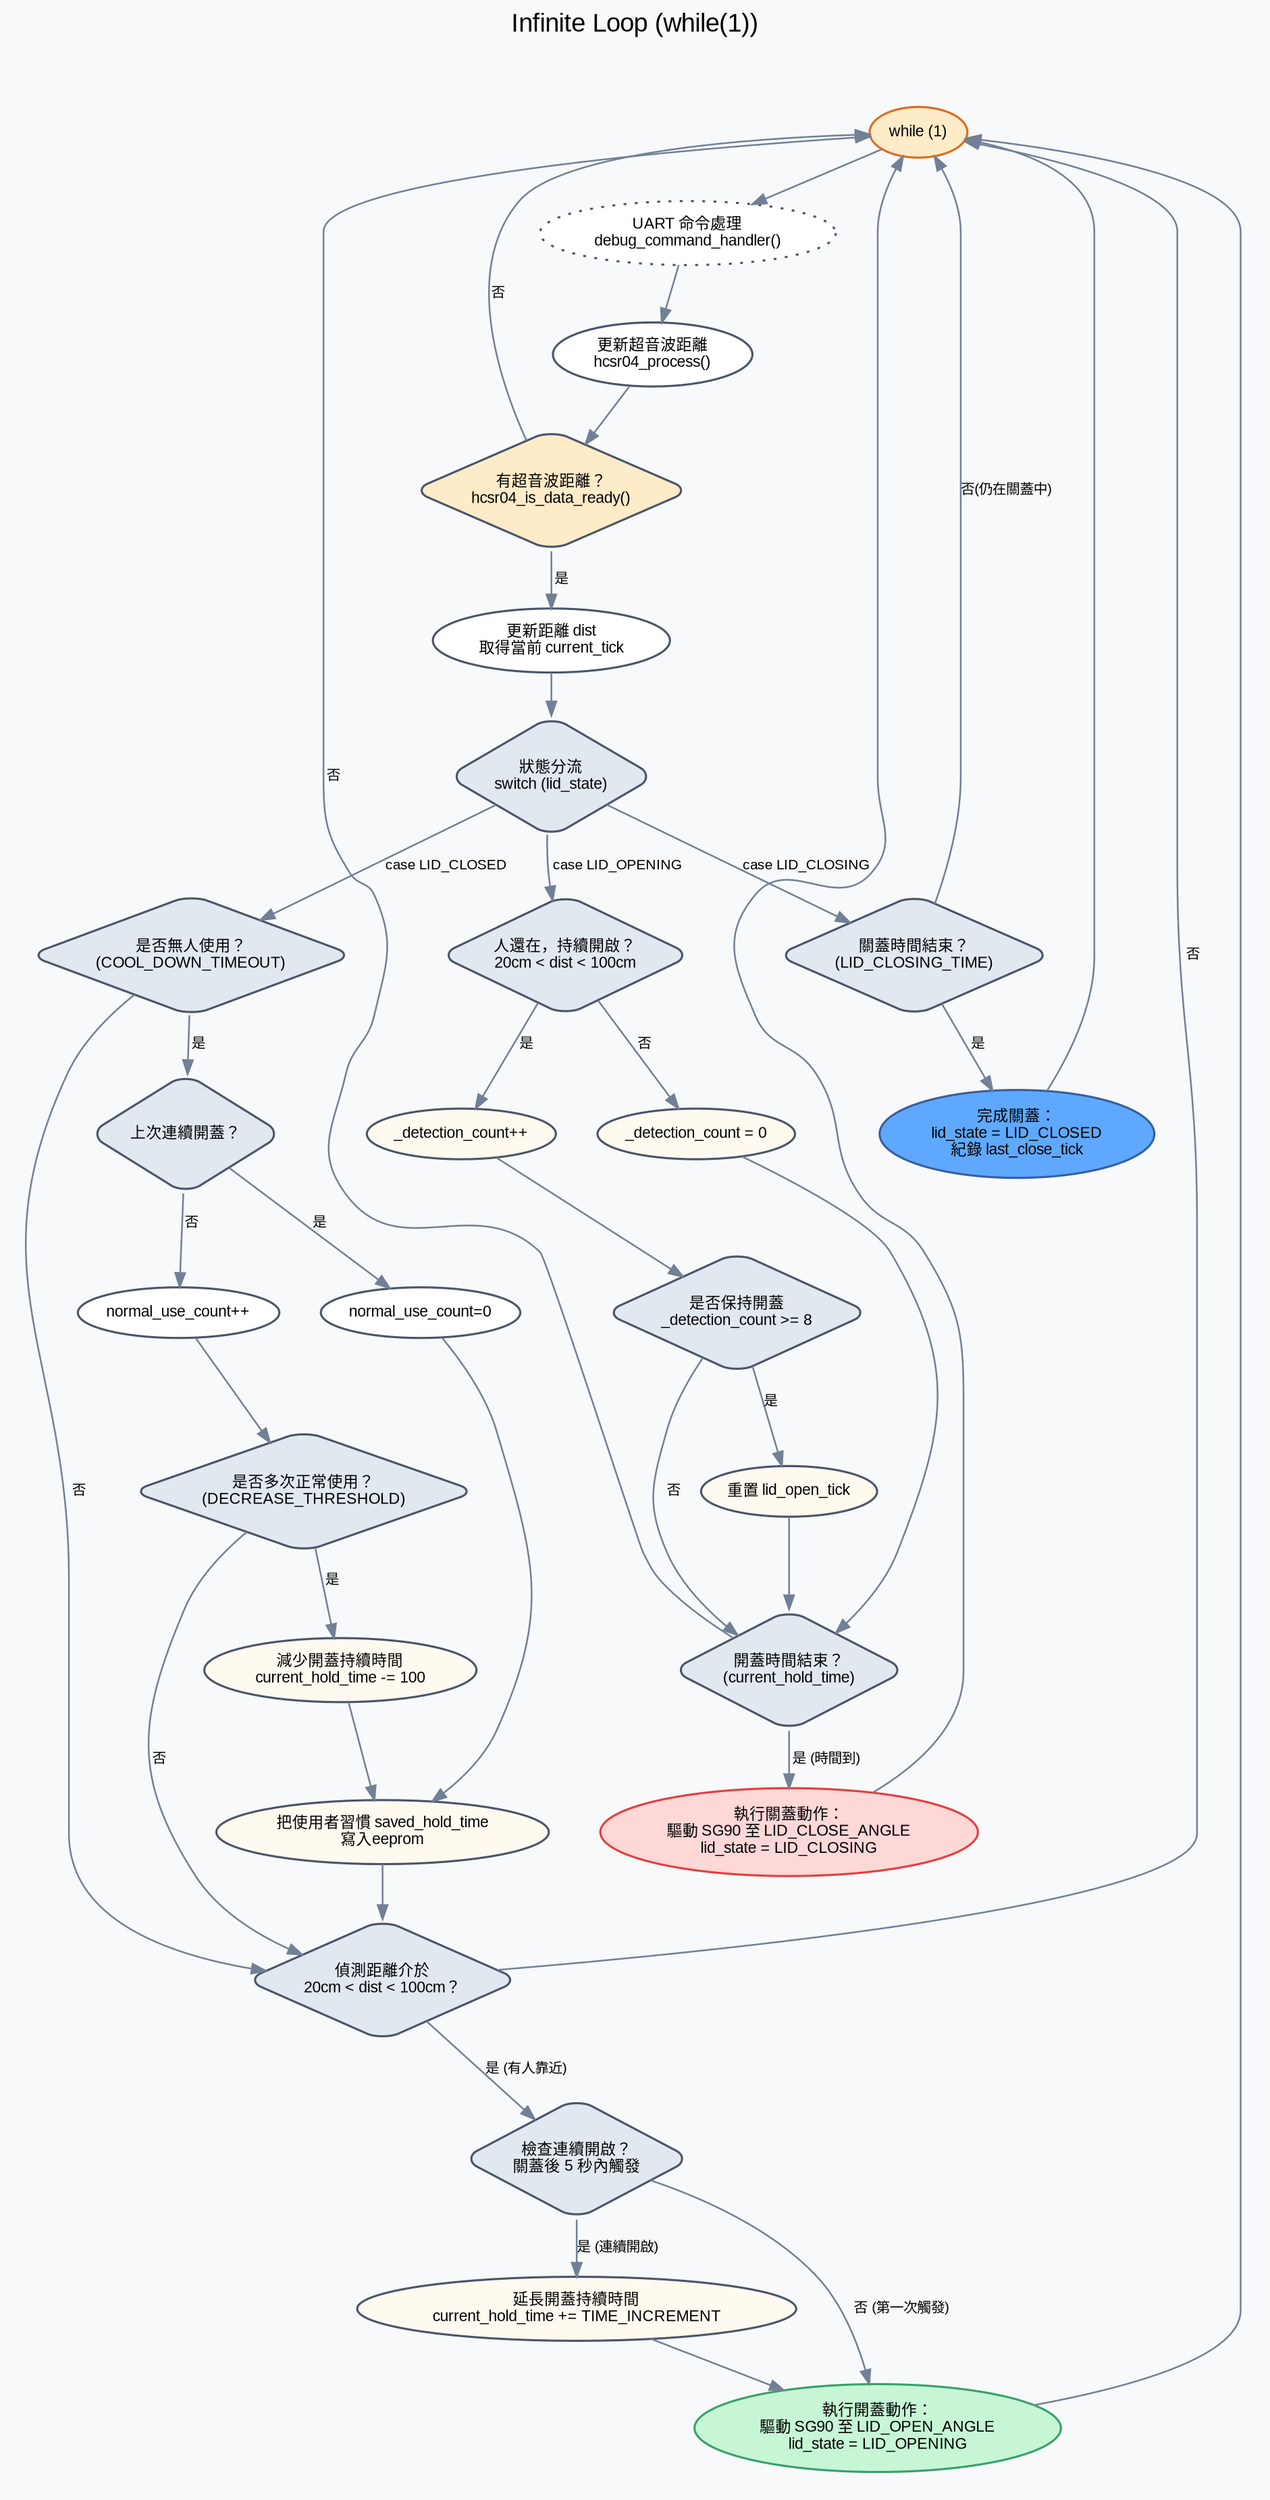
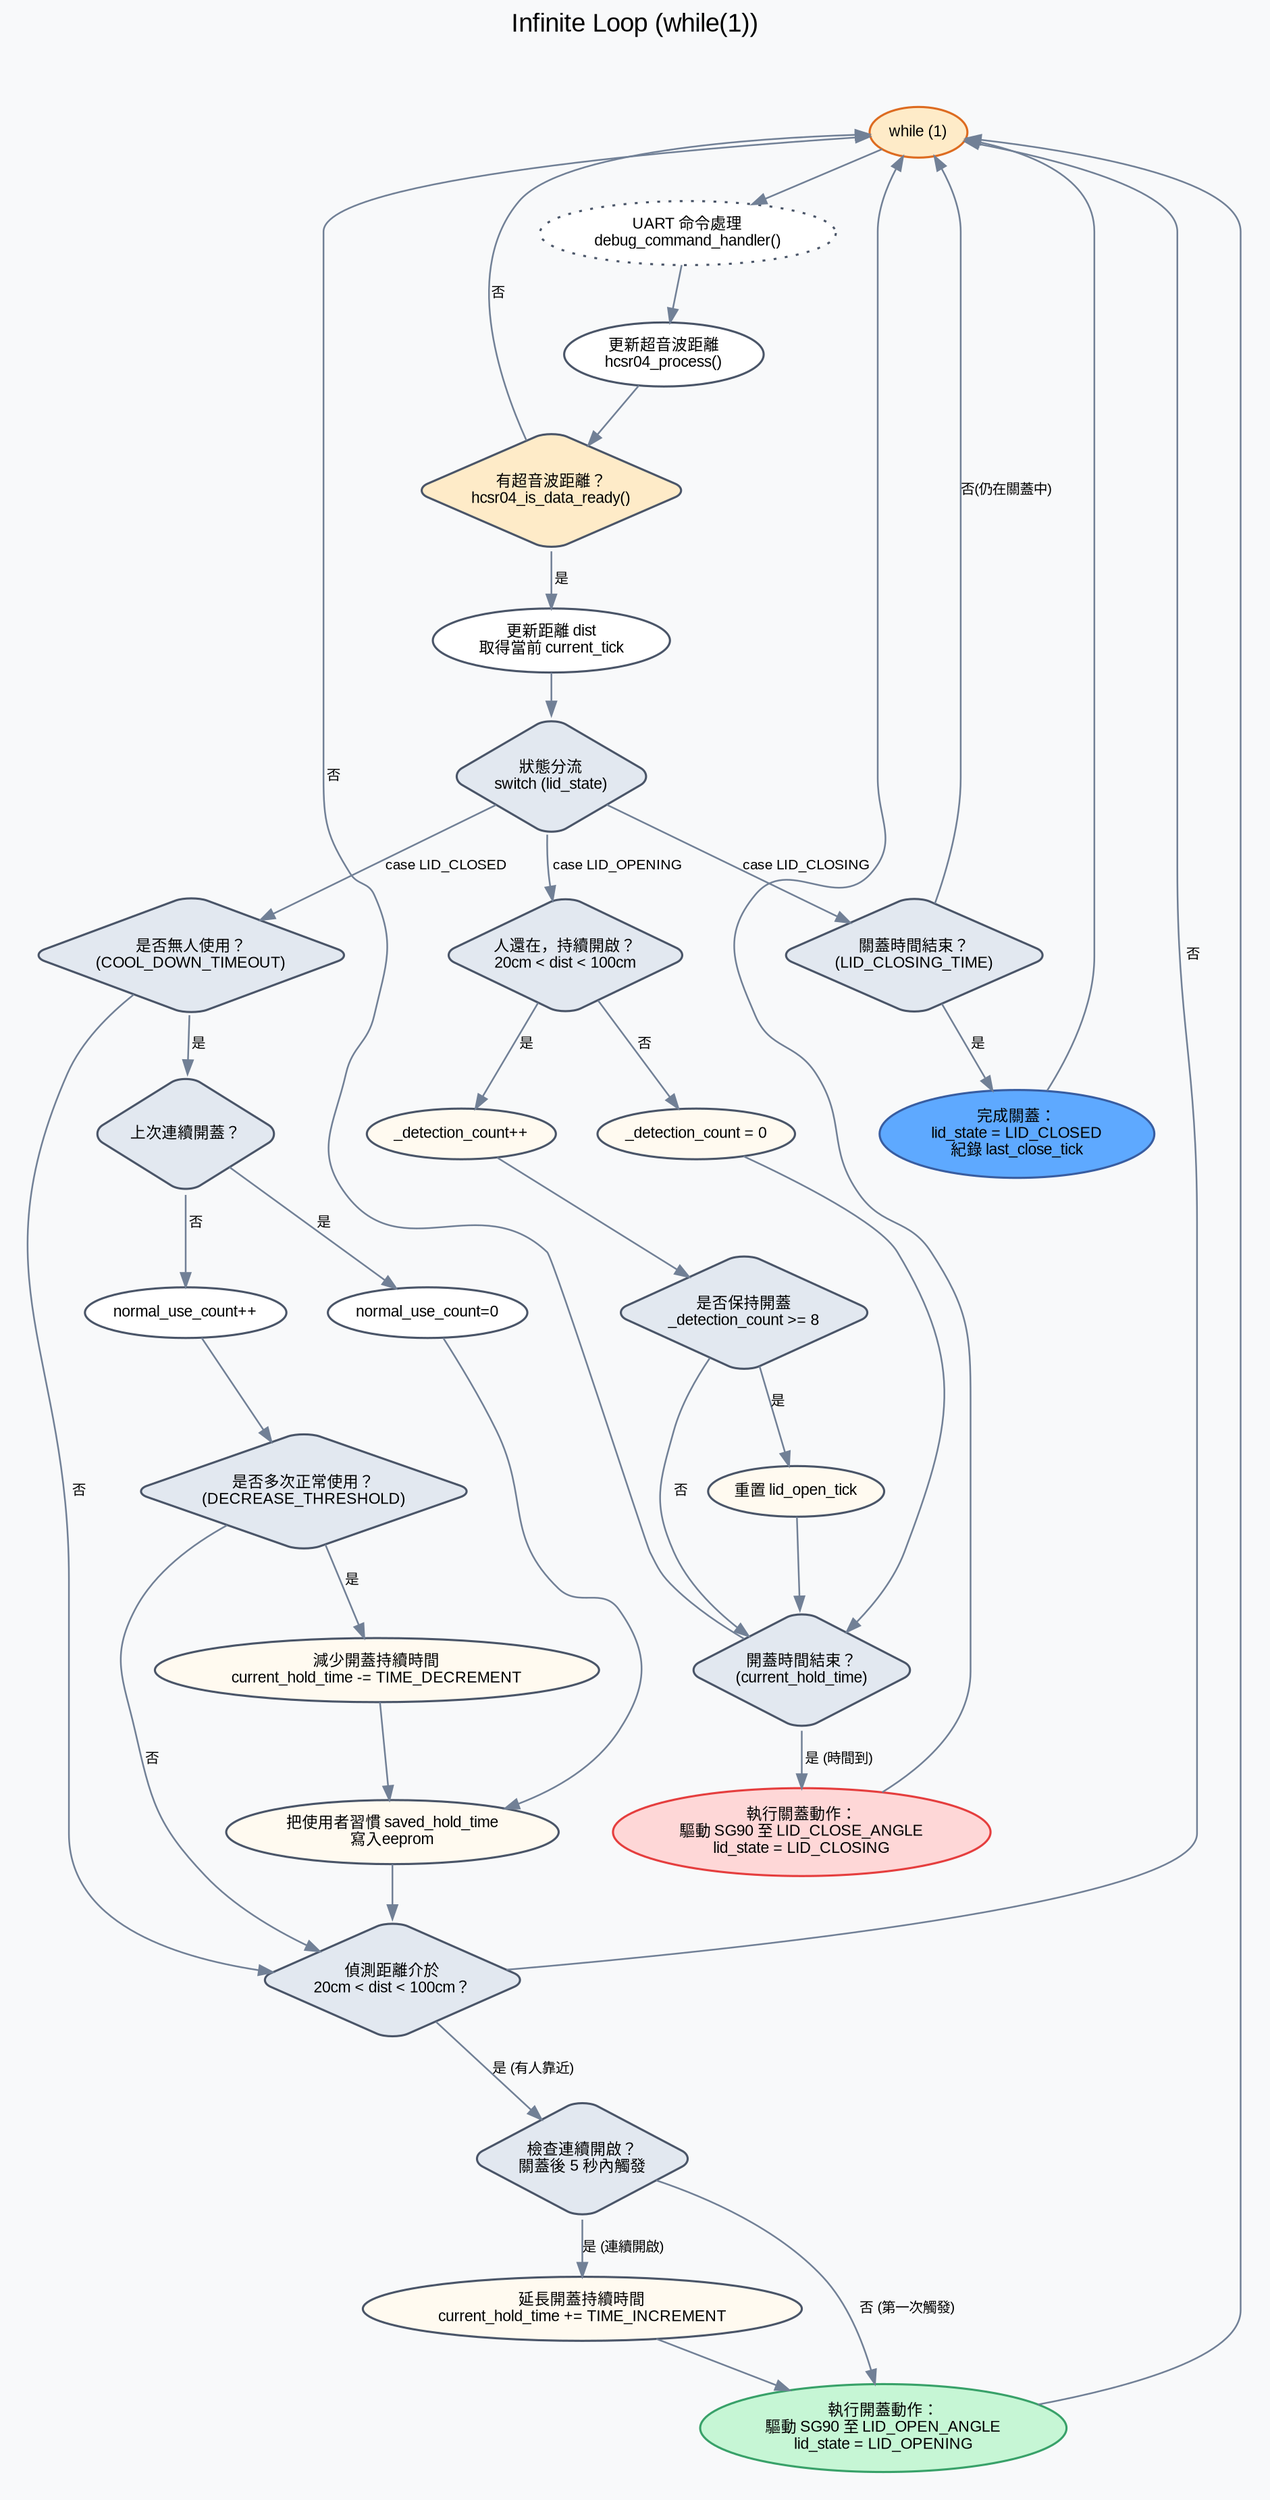
digraph G {
    bgcolor="#f8f9fa"
    style="filled"
    fontname="Microsoft JhengHei, Arial, wqy-microhei, sans-serif"

    node [fontname="Microsoft JhengHei, Arial, wqy-microhei, sans-serif", fontsize=11, style="filled,rounded", color="#4a5568", fillcolor="#ffffff", penwidth=1.5]
    edge [fontname="Microsoft JhengHei, Arial, wqy-microhei, sans-serif", fontsize=10, color="#718096", penwidth=1.2]

    rankdir=TB;
    nodesep=0.4;
    ranksep=0.4
    label = "Infinite Loop (while(1))";
    labelloc="t";
    fontsize=18;

    // Stage 3: 主迴圈與狀態機
    subgraph cluster_while_stage {
        label = "Stage 3：Infinite Loop (while(1))";
        style = "invis";
        color = "#a0aec0";
        fillcolor = "#f7fafc";

        LOOP_START [label="while (1)", fillcolor="#feebc8", color="#dd6b20"]
        UART_DEBUG [label="UART 命令處理\ndebug_command_handler()", style="dotted,filled"]
        HCSR04_PRC [label="更新超音波距離\nhcsr04_process()"]
        DATA_READY [label="有超音波距離？\nhcsr04_is_data_ready()", shape=diamond, width=1.0, height=1.2, fillcolor="#feebc8"]
        GET_DIST   [label="更新距離 dist\n取得當前 current_tick"]

        SWITCH_STATE [label="狀態分流\nswitch (lid_state)", shape=diamond, width=1.0, height=1.2, fillcolor="#e2e8f0"]

        // --- LID_CLOSED 狀態展開 ---
        CHK_COOL [label="是否無人使用？\n(COOL_DOWN_TIMEOUT)", shape=diamond, width=1.0, height=1.2, fillcolor="#e2e8f0"]
        CHK_CONTIOUS_USE [label="上次連續開蓋？\n", shape=diamond, width=1.0, height=1.2, fillcolor="#e2e8f0"]
        INT_USE_COUNT [label="normal_use_count++"]
        CHK_USE_COUNT [label="是否多次正常使用？\n(DECREASE_THRESHOLD)", shape=diamond, width=1.0, height=1.2, fillcolor="#e2e8f0"]
        CLR_USE_COUNT [label="normal_use_count=0"]
-         DEC_HOLD_TIME [label="減少開蓋持續時間\ncurrent_hold_time -= 100", fillcolor="#fffaf0"]
+         DEC_HOLD_TIME [label="減少開蓋持續時間\ncurrent_hold_time -= TIME_DECREMENT", fillcolor="#fffaf0"]
        WRITE_EEPROM  [label="把使用者習慣 saved_hold_time\n寫入eeprom", fillcolor="#fffaf0"]

        CHK_DIST [label="偵測距離介於\n20cm < dist < 100cm？", shape=diamond, width=1.0, height=1.2, fillcolor="#e2e8f0"]
        CHK_CONT [label="檢查連續開啟？\n關蓋後 5 秒內觸發", shape=diamond, width=1.0, height=1.2, fillcolor="#e2e8f0"]
        INC_HOLD_TIME [label="延長開蓋持續時間\ncurrent_hold_time += TIME_INCREMENT", fillcolor="#fffaf0"]

        DO_OPEN  [label="執行開蓋動作：\n驅動 SG90 至 LID_OPEN_ANGLE\nlid_state = LID_OPENING", fillcolor="#c6f6d5", color="#38a169"]

        // --- LID_OPENING 狀態展開 ---
        CHK_OBSTACLE [label="人還在，持續開啟？\n20cm < dist < 100cm", shape=diamond, width=1.0, height=1.2, fillcolor="#e2e8f0"]
        INC_COUNT    [label="_detection_count++", fillcolor="#fffaf0"]
        CLR_COUNT    [label="_detection_count = 0", fillcolor="#fffaf0"]
        CHK_DETECTION_COUNT [label="是否保持開蓋\n_detection_count >= 8", shape=diamond, width=1.0, height=1.2, fillcolor="#e2e8f0"]
        RESET_OPEN_TICK [label="重置 lid_open_tick", fillcolor="#fffaf0"]

        CHK_TIMEOUT  [label="開蓋時間結束？\n(current_hold_time)", shape=diamond, width=1.0, height=1.2,fillcolor="#e2e8f0"]
        DO_CLOSE     [label="執行關蓋動作：\n驅動 SG90 至 LID_CLOSE_ANGLE\nlid_state = LID_CLOSING", fillcolor="#fed7d7", color="#e53e3e"]

        // --- LID_CLOSING 狀態展開 (已移入 switch) ---
        CHK_CLOSE_DONE [label="關蓋時間結束？\n(LID_CLOSING_TIME)", shape=diamond, width=1.0, height=1.2, fillcolor="#e2e8f0"]
        DO_CLOSED_INIT [label="完成關蓋：\nlid_state = LID_CLOSED\n紀錄 last_close_tick", fillcolor="#5ea9ff", color="#385da1"]

        {rank=same; CHK_COOL; CHK_OBSTACLE; CHK_CLOSE_DONE;}
        {rank=same; INC_COUNT; CLR_COUNT;}
        {rank=same; INT_USE_COUNT; CLR_USE_COUNT;}
    }

    // --- 連線：While 主迴圈核心 ---
    LOOP_START -> UART_DEBUG
    UART_DEBUG -> HCSR04_PRC
    HCSR04_PRC -> DATA_READY

    DATA_READY -> GET_DIST [label=" 是 "]
    DATA_READY -> LOOP_START [label=" 否 "]

    GET_DIST -> SWITCH_STATE [weight=5]

    // --- 連線：case LID_CLOSED 流程 ---
    SWITCH_STATE -> CHK_COOL [label=" case LID_CLOSED ", ]
    CHK_COOL -> CHK_CONTIOUS_USE [label=" 是 "]
    CHK_CONTIOUS_USE -> INT_USE_COUNT [label=" 否 "]
    CHK_CONTIOUS_USE -> CLR_USE_COUNT [label=" 是 "]
    CLR_USE_COUNT -> WRITE_EEPROM
    INT_USE_COUNT -> CHK_USE_COUNT

    CHK_USE_COUNT -> DEC_HOLD_TIME [label=" 是 "]
    DEC_HOLD_TIME -> WRITE_EEPROM
    CHK_COOL -> CHK_DIST [label=" 否 "]
    WRITE_EEPROM -> CHK_DIST
    CHK_USE_COUNT -> CHK_DIST [label=" 否 "]

    CHK_DIST -> CHK_CONT [label="是 (有人靠近) "]
    CHK_DIST -> LOOP_START [label=" 否 "]

    CHK_CONT -> INC_HOLD_TIME [label="是 (連續開啟) "]
    CHK_CONT -> DO_OPEN [label="否 (第一次觸發) "]
    INC_HOLD_TIME -> DO_OPEN
    DO_OPEN -> LOOP_START

    // --- 連線：case LID_OPENING 流程 ---
    SWITCH_STATE -> CHK_OBSTACLE [label=" case LID_OPENING "]
    CHK_OBSTACLE -> INC_COUNT [label=" 是 "]
    CHK_OBSTACLE -> CLR_COUNT [label=" 否 "]
    INC_COUNT -> CHK_DETECTION_COUNT
    CHK_DETECTION_COUNT -> RESET_OPEN_TICK [label="是 "]
    CHK_DETECTION_COUNT -> CHK_TIMEOUT [label="否"]
    RESET_OPEN_TICK -> CHK_TIMEOUT
    CLR_COUNT -> CHK_TIMEOUT

    CHK_TIMEOUT -> DO_CLOSE [label=" 是 (時間到) ", weight=5]
    CHK_TIMEOUT -> LOOP_START [label=" 否 "]
    DO_CLOSE -> LOOP_START

    // --- 連線：case LID_CLOSING 流程 ---
    SWITCH_STATE -> CHK_CLOSE_DONE [label="case LID_CLOSING "]
    CHK_CLOSE_DONE -> DO_CLOSED_INIT [label=" 是 ", weight=5]
    CHK_CLOSE_DONE -> LOOP_START [label="否(仍在關蓋中)"]
    DO_CLOSED_INIT -> LOOP_START
}